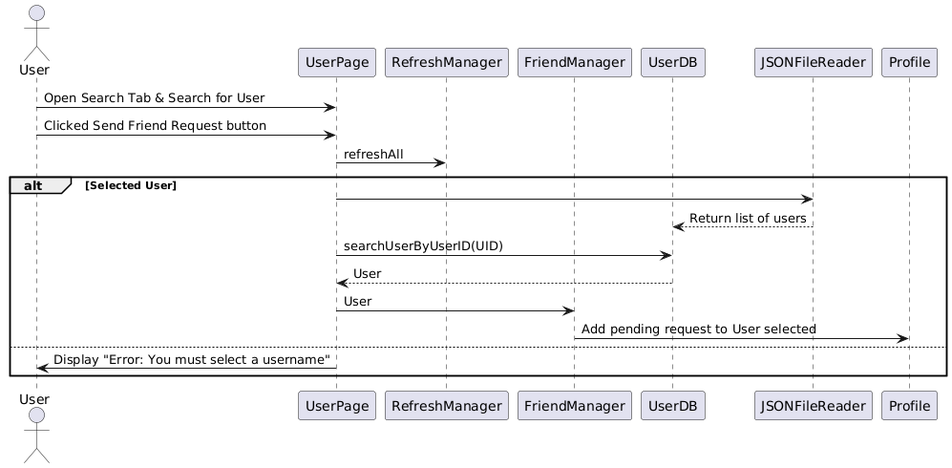
Above: UMLs/Sequence Diagram - Send Friend Request.png in AbdelrahmanEssam1007/ConnectHub (PlantUML), before the change.
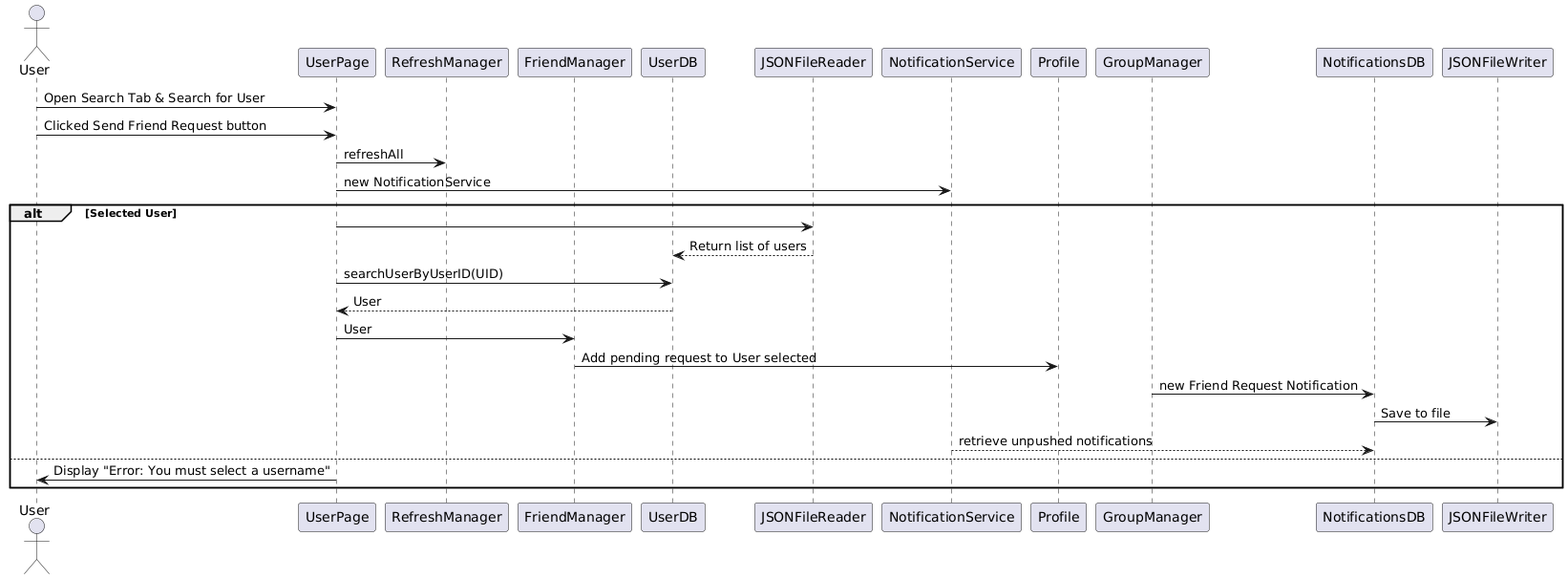
After the change.

Commit message:
Updated sequence diagrams

The edit, as a diff of the source:
```diff
@@ -9,6 +9,7 @@
 User -> UserPage: Open Search Tab & Search for User
 User -> UserPage: Clicked Send Friend Request button
 UserPage -> RefreshManager: refreshAll
+UserPage -> NotificationService: new NotificationService
 alt Selected User
     UserPage -> JSONFileReader
     JSONFileReader --> UserDB: Return list of users
@@ -16,6 +17,9 @@
     UserDB --> UserPage: User
     UserPage -> FriendManager: User
     FriendManager -> Profile: Add pending request to User selected
+    GroupManager -> NotificationsDB: new Friend Request Notification
+    NotificationsDB -> JSONFileWriter: Save to file
+    NotificationService --> NotificationsDB: retrieve unpushed notifications
 else
     UserPage -> User: Display "Error: You must select a username"
 end
```
